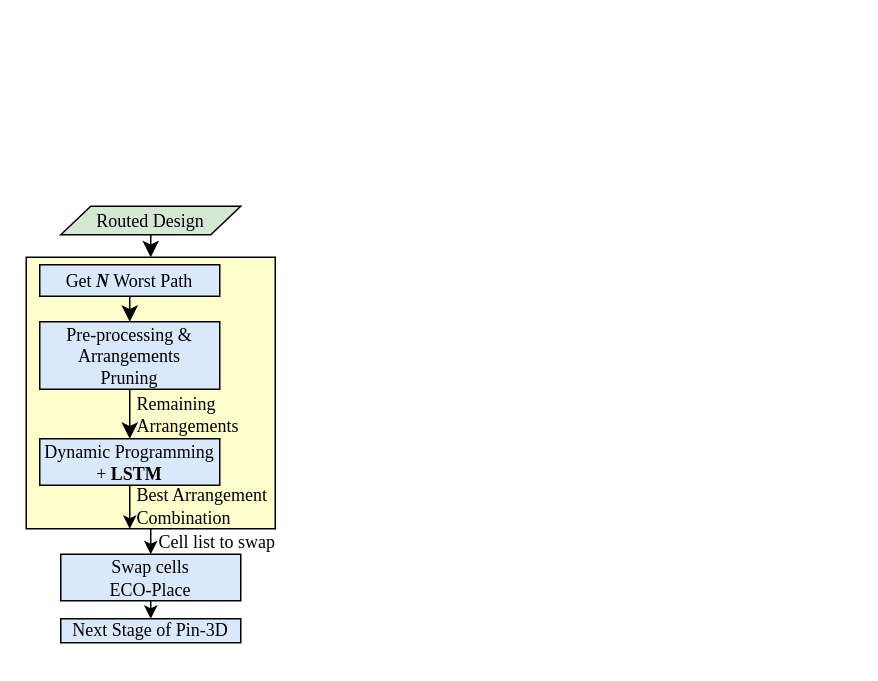
The draw.io diagram page "Page-2" (2 of 2) of Untitled Diagram.drawio in roberthuang0306/tem, before the edit. Source tidied: cells renumbered, new cells numbered last; positions are measured from the earlier drawing's top-left corner, leaving out a move shared by most shapes. Both pictures are drawn from the tidied source at 150%, with x=0, y=0 at pixel (26, 206).
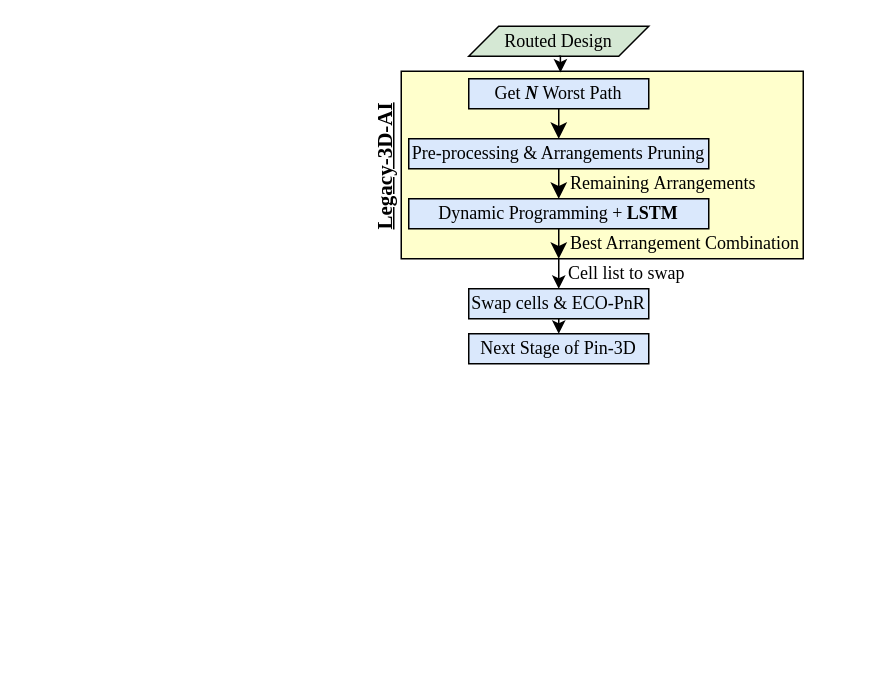
Above is the later version.

The edit, as a diff of the source:
```diff
@@
-    <mxCell id="2" style="rounded=0;whiteSpace=wrap;html=1;fillColor=#FFFFCC;strokeColor=#000000;" parent="1" vertex="1">
-      <mxGeometry y="34" width="166" height="181" as="geometry" />
-    </mxCell>
-    <mxCell id="3" style="edgeStyle=none;curved=1;rounded=0;jettySize=auto;html=1;exitX=0.5;exitY=1;exitDx=0;exitDy=0;entryX=0.5;entryY=0;entryDx=0;entryDy=0;fontSize=12;startSize=8;endSize=8;strokeColor=#000000;fontColor=#000000;fillColor=#ffe6cc;" parent="1" edge="1" source="4" target="2">
-      <mxGeometry relative="1" as="geometry" />
-    </mxCell>
+    <mxCell id="19" style="rounded=0;whiteSpace=wrap;html=1;fillColor=#FFFFCC;strokeColor=#000000;" parent="1" vertex="1">
+      <mxGeometry x="250" y="-90" width="268" height="125" as="geometry" />
+    </mxCell>
+    <mxCell id="11" value="&lt;font face=&quot;Times New Roman&quot;&gt;Best Arrangement&amp;nbsp;&lt;/font&gt;&lt;span style=&quot;font-family: &amp;quot;Times New Roman&amp;quot;;&quot;&gt;Combination&lt;/span&gt;" style="text;html=1;align=left;verticalAlign=middle;whiteSpace=wrap;rounded=0;" parent="1" vertex="1">
+      <mxGeometry x="361" y="15" width="190" height="20" as="geometry" />
+    </mxCell>
+    <mxCell id="20" style="edgeStyle=orthogonalEdgeStyle;rounded=0;jettySize=auto;html=1;exitX=0.5;exitY=1;exitDx=0;exitDy=0;entryX=0.5;entryY=0;entryDx=0;entryDy=0;" parent="1" edge="1" target="24">
+      <mxGeometry relative="1" as="geometry">
+        <mxPoint x="355" y="35" as="sourcePoint" />
+      </mxGeometry>
+    </mxCell>
     <mxCell id="4" value="Routed Design" style="shape=parallelogram;perimeter=parallelogramPerimeter;whiteSpace=wrap;html=1;fixedSize=1;fontFamily=Times New Roman;fillColor=#d5e8d4;strokeColor=#000000;" parent="1" vertex="1">
-      <mxGeometry x="23" width="120" height="19" as="geometry" />
+      <mxGeometry x="295" y="-120" width="120" height="20" as="geometry" />
     </mxCell>
@@
-    <mxCell id="6" value="Get &lt;i&gt;&lt;b&gt;N&lt;/b&gt;&lt;/i&gt; Worst Path" style="rounded=0;whiteSpace=wrap;html=1;fontFamily=Times New Roman;fillColor=#dae8fc;strokeColor=#000000;" parent="1" vertex="1">
-      <mxGeometry x="9" y="39" width="120" height="21" as="geometry" />
+    <mxCell id="6" value="Get&lt;i&gt;&lt;b&gt;&amp;nbsp;N&lt;/b&gt;&lt;/i&gt;&amp;nbsp;Worst Path" style="rounded=0;whiteSpace=wrap;html=1;fontFamily=Times New Roman;fillColor=#dae8fc;strokeColor=#000000;" parent="1" vertex="1">
+      <mxGeometry x="295" y="-85" width="120" height="20" as="geometry" />
     </mxCell>
@@
-    <mxCell id="8" value="Pre-processing &amp;amp;&lt;div&gt;Arrangements&lt;/div&gt;&lt;div&gt;Pruning&lt;/div&gt;" style="rounded=0;whiteSpace=wrap;html=1;fontFamily=Times New Roman;fillColor=#dae8fc;strokeColor=#000000;" parent="1" vertex="1">
-      <mxGeometry x="9" y="77" width="120" height="45" as="geometry" />
+    <mxCell id="8" value="Pre-processing &amp;amp; Arrangements Pruning" style="rounded=0;whiteSpace=wrap;html=1;fontFamily=Times New Roman;fillColor=#dae8fc;strokeColor=#000000;" parent="1" vertex="1">
+      <mxGeometry x="255" y="-45" width="200" height="20" as="geometry" />
     </mxCell>
-    <mxCell id="9" value="Dynamic Programming&lt;div&gt;+ &lt;b&gt;LSTM&lt;/b&gt;&lt;/div&gt;" style="rounded=0;whiteSpace=wrap;html=1;fontFamily=Times New Roman;fillColor=#dae8fc;strokeColor=#000000;" parent="1" vertex="1">
-      <mxGeometry x="9" y="155" width="120" height="31" as="geometry" />
+    <mxCell id="9" value="Dynamic Programming +&amp;nbsp;&lt;b&gt;LSTM&lt;/b&gt;" style="rounded=0;whiteSpace=wrap;html=1;fontFamily=Times New Roman;fillColor=#dae8fc;strokeColor=#000000;" parent="1" vertex="1">
+      <mxGeometry x="255" y="-5" width="200" height="20" as="geometry" />
     </mxCell>
+    <mxCell id="21" style="edgeStyle=none;curved=1;rounded=0;orthogonalLoop=1;jettySize=auto;html=1;exitX=0.5;exitY=1;exitDx=0;exitDy=0;fontSize=12;startSize=8;endSize=8;strokeColor=#000000;fontColor=#000000;fillColor=#ffe6cc;" parent="1" edge="1">
+      <mxGeometry relative="1" as="geometry">
+        <mxPoint x="355" y="65" as="sourcePoint" />
+        <mxPoint x="355" y="65" as="targetPoint" />
+      </mxGeometry>
+    </mxCell>
+    <mxCell id="22" style="edgeStyle=none;curved=1;rounded=0;orthogonalLoop=1;jettySize=auto;html=1;exitX=0.5;exitY=0;exitDx=0;exitDy=0;fontSize=12;startSize=8;endSize=8;strokeColor=#000000;fontColor=#000000;fillColor=#ffe6cc;" parent="1" edge="1">
+      <mxGeometry relative="1" as="geometry">
+        <mxPoint x="355" y="35" as="sourcePoint" />
+        <mxPoint x="355" y="35" as="targetPoint" />
+      </mxGeometry>
+    </mxCell>
-    <mxCell id="10" value="&lt;font face=&quot;Times New Roman&quot;&gt;Remaining&lt;/font&gt;&lt;div&gt;&lt;font face=&quot;Times New Roman&quot;&gt;Arrangements&lt;/font&gt;&lt;/div&gt;" style="text;html=1;align=left;verticalAlign=middle;whiteSpace=wrap;rounded=0;" parent="1" vertex="1">
-      <mxGeometry x="72" y="124" width="60" height="30" as="geometry" />
+    <mxCell id="10" value="&lt;font face=&quot;Times New Roman&quot;&gt;Remaining&amp;nbsp;&lt;/font&gt;&lt;span style=&quot;font-family: &amp;quot;Times New Roman&amp;quot;;&quot;&gt;Arrangements&lt;/span&gt;" style="text;html=1;align=left;verticalAlign=middle;whiteSpace=wrap;rounded=0;" parent="1" vertex="1">
+      <mxGeometry x="361" y="-25" width="129" height="20" as="geometry" />
     </mxCell>
-    <mxCell id="11" value="&lt;font face=&quot;Times New Roman&quot;&gt;Best Arrangement&lt;/font&gt;&lt;div&gt;&lt;font face=&quot;Times New Roman&quot;&gt;Combination&lt;/font&gt;&lt;/div&gt;" style="text;html=1;align=left;verticalAlign=middle;whiteSpace=wrap;rounded=0;" parent="1" vertex="1">
-      <mxGeometry x="72" y="185" width="97" height="30" as="geometry" />
-    </mxCell>
-    <mxCell id="12" style="edgeStyle=orthogonalEdgeStyle;rounded=0;jettySize=auto;html=1;exitX=0.5;exitY=1;exitDx=0;exitDy=0;entryX=0.5;entryY=0;entryDx=0;entryDy=0;" parent="1" edge="1" target="14">
-      <mxGeometry relative="1" as="geometry">
-        <mxPoint x="83" y="215" as="sourcePoint" />
-      </mxGeometry>
-    </mxCell>
-    <mxCell id="13" style="edgeStyle=orthogonalEdgeStyle;rounded=0;jettySize=auto;html=1;exitX=0.5;exitY=1;exitDx=0;exitDy=0;entryX=0.5;entryY=0;entryDx=0;entryDy=0;" parent="1" edge="1" source="14" target="15">
-      <mxGeometry relative="1" as="geometry" />
-    </mxCell>
-    <mxCell id="14" value="Swap cells&lt;div&gt;ECO-Place&lt;/div&gt;" style="rounded=0;whiteSpace=wrap;html=1;fontFamily=Times New Roman;fillColor=#dae8fc;strokeColor=#000000;" parent="1" vertex="1">
-      <mxGeometry x="23" y="232" width="120" height="31" as="geometry" />
-    </mxCell>
+    <mxCell id="17" value="Cell list to swap" style="text;html=1;align=center;verticalAlign=middle;whiteSpace=wrap;rounded=0;fontFamily=Times New Roman;" parent="1" vertex="1">
+      <mxGeometry x="355" y="35" width="91" height="20" as="geometry" />
+    </mxCell>
+    <mxCell id="23" style="edgeStyle=orthogonalEdgeStyle;rounded=0;jettySize=auto;html=1;exitX=0.5;exitY=1;exitDx=0;exitDy=0;entryX=0.5;entryY=0;entryDx=0;entryDy=0;" parent="1" edge="1" source="24" target="15">
+      <mxGeometry relative="1" as="geometry" />
+    </mxCell>
+    <mxCell id="24" value="Swap cells &amp;amp; ECO-PnR" style="rounded=0;whiteSpace=wrap;html=1;fontFamily=Times New Roman;fillColor=#dae8fc;strokeColor=#000000;" parent="1" vertex="1">
+      <mxGeometry x="295" y="55" width="120" height="20" as="geometry" />
+    </mxCell>
     <mxCell id="15" value="Next Stage of Pin-3D" style="rounded=0;whiteSpace=wrap;html=1;fontFamily=Times New Roman;fillColor=#dae8fc;strokeColor=#000000;" parent="1" vertex="1">
-      <mxGeometry x="23" y="275" width="120" height="16" as="geometry" />
+      <mxGeometry x="295" y="85" width="120" height="20" as="geometry" />
     </mxCell>
@@
-    <mxCell id="17" value="Cell list to swap" style="text;html=1;align=center;verticalAlign=middle;whiteSpace=wrap;rounded=0;fontFamily=Times New Roman;" parent="1" vertex="1">
-      <mxGeometry x="82" y="209" width="91" height="30" as="geometry" />
-    </mxCell>
-    <mxCell id="18" style="endArrow=classic;html=1;rounded=0;exitX=0.5;exitY=1;exitDx=0;exitDy=0;" parent="1" edge="1" source="9">
-      <mxGeometry relative="1" as="geometry">
-        <mxPoint x="69" y="215" as="targetPoint" />
-      </mxGeometry>
-    </mxCell>
+    <mxCell id="25" style="edgeStyle=none;curved=1;rounded=0;orthogonalLoop=1;jettySize=auto;html=1;exitX=0.5;exitY=1;exitDx=0;exitDy=0;entryX=0.5;entryY=0;entryDx=0;entryDy=0;fontSize=12;startSize=8;endSize=8;strokeColor=#000000;fontColor=#000000;fillColor=#ffe6cc;" parent="1" edge="1">
+      <mxGeometry relative="1" as="geometry">
+        <mxPoint x="355" y="15" as="sourcePoint" />
+        <mxPoint x="355" y="35" as="targetPoint" />
+      </mxGeometry>
+    </mxCell>
+    <mxCell id="26" style="edgeStyle=orthogonalEdgeStyle;rounded=0;jettySize=auto;html=1;exitX=0.5;exitY=1;exitDx=0;exitDy=0;entryX=0.396;entryY=0.007;entryDx=0;entryDy=0;entryPerimeter=0;" parent="1" edge="1" source="4" target="19">
+      <mxGeometry relative="1" as="geometry" />
+    </mxCell>
+    <mxCell id="27" value="&lt;font face=&quot;Times New Roman&quot; size=&quot;1&quot;&gt;&lt;b style=&quot;font-size: 14px;&quot;&gt;Legacy-3D-AI&lt;/b&gt;&lt;/font&gt;" style="text;html=1;align=left;verticalAlign=middle;whiteSpace=wrap;rounded=0;rotation=-90;fontStyle=4;" parent="1" vertex="1">
+      <mxGeometry x="194.5" y="-37.5" width="91" height="20" as="geometry" />
+    </mxCell>
```
